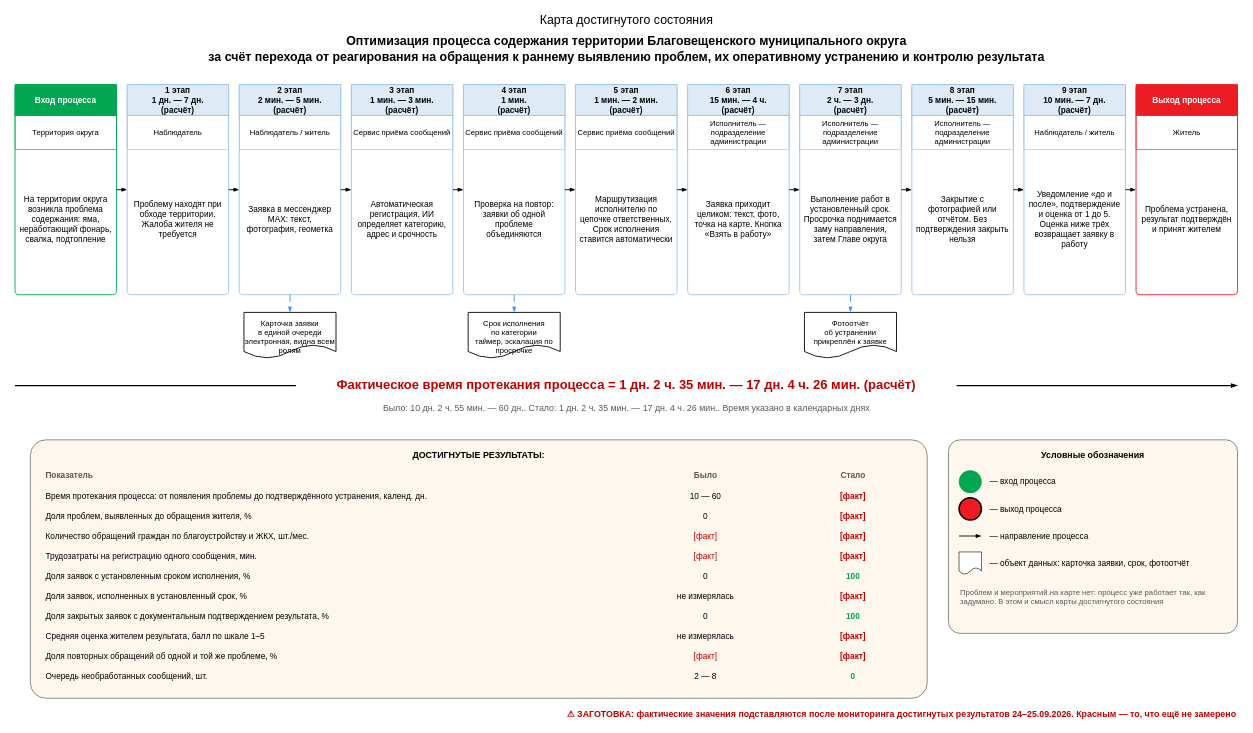
This is файлы/karta-dostignutogo.drawio from NiceGenn/Team-28-progress, a draw.io file, before an edit. Source tidied: cells renumbered, new cells numbered last; positions are measured from the earlier drawing's top-left corner, leaving out a move shared by most shapes. Both pictures are drawn from the tidied source at 59%, with x=0, y=0 at pixel (15, 10).
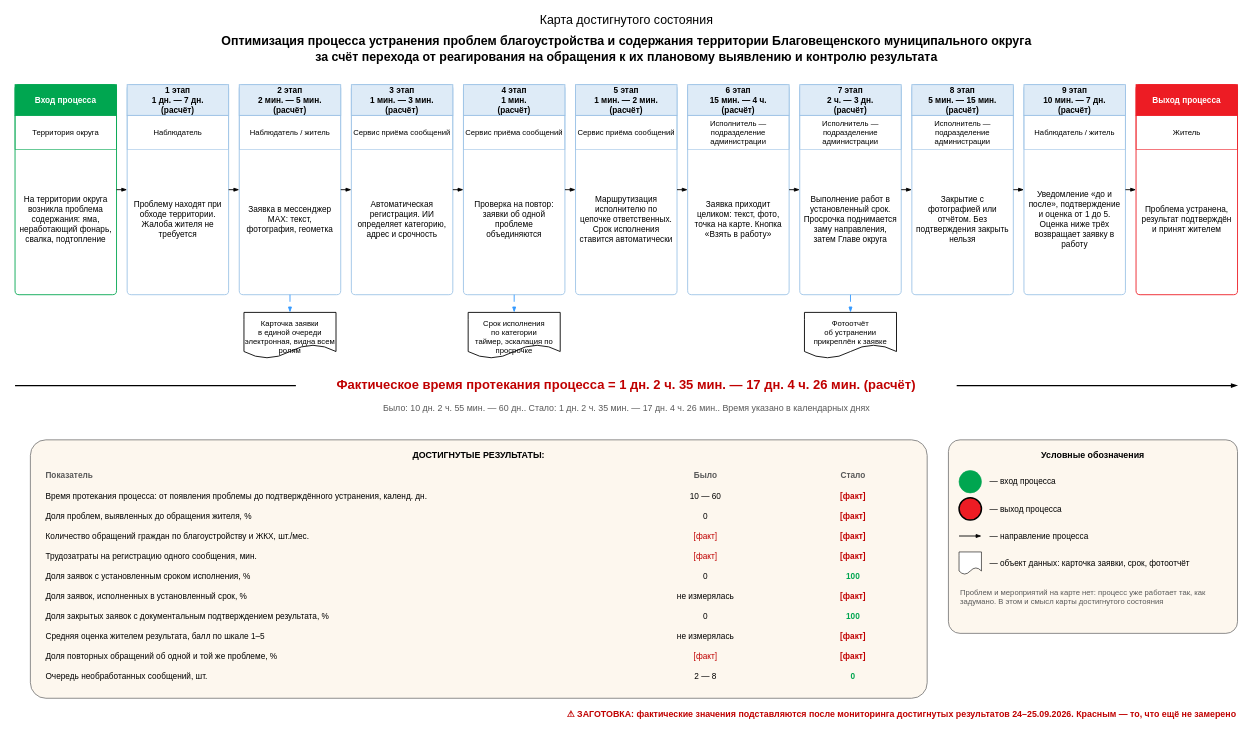
After the change.

Change to the diagram source:
```diff
@@
-    <mxCell id="63" value="Оптимизация процесса содержания территории Благовещенского муниципального округа&lt;br&gt;за счёт перехода от реагирования на обращения к раннему выявлению проблем, их оперативному устранению и контролю результата" style="text;html=1;align=center;verticalAlign=middle;fontSize=21;fontStyle=1;" parent="1" vertex="1">
+    <mxCell id="63" value="Оптимизация процесса устранения проблем благоустройства и содержания территории Благовещенского муниципального округа&lt;br&gt;за счёт перехода от реагирования на обращения к их плановому выявлению и контролю результата" style="text;html=1;align=center;verticalAlign=middle;fontSize=21;fontStyle=1;" parent="1" vertex="1">
       <mxGeometry y="34" width="2072" height="62" as="geometry" />
     </mxCell>
```
